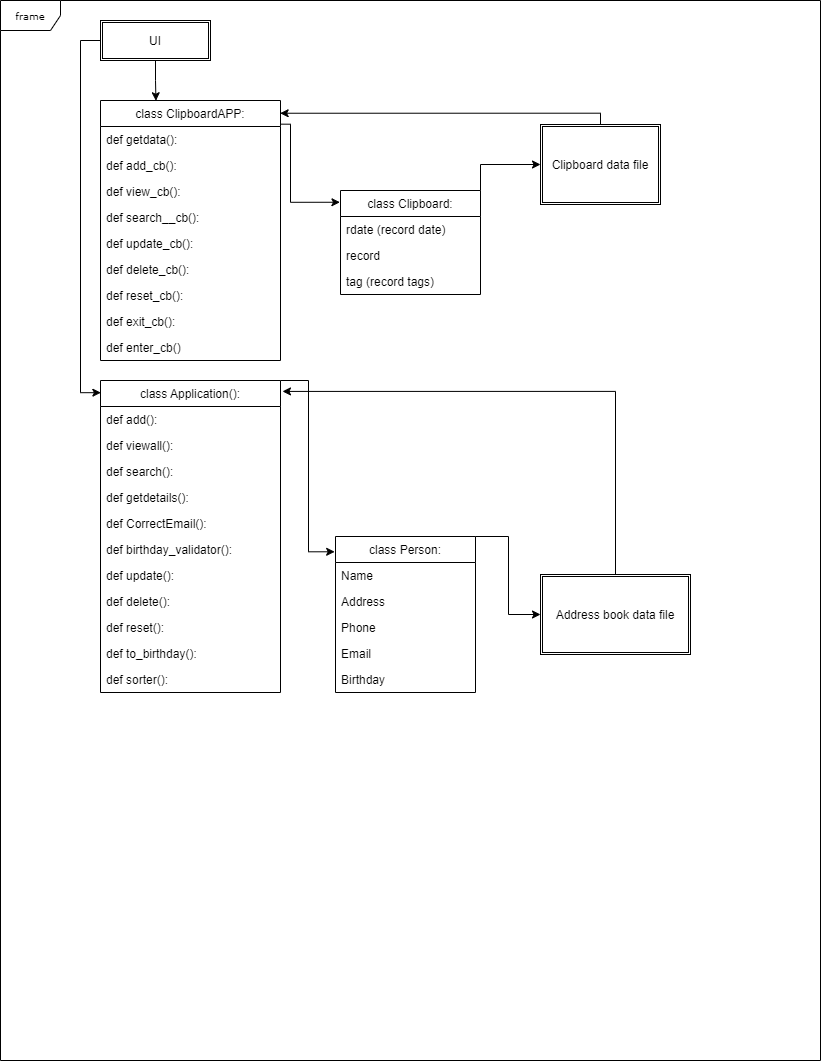
Above: Untitled Diagram.png in ValkoYurii/PythonWeb-GoIT (draw.io), before the change. Source tidied: cells renumbered, new cells last; positions are measured from the earlier drawing's top-left corner, leaving out a move shared by most shapes. Source of this version:
```xml
<mxGraphModel>
  <root>
    <mxCell id="0" />
    <mxCell id="1" parent="0" />
    <mxCell id="2" value="frame" style="shape=umlFrame;whiteSpace=wrap;html=1;rounded=0;shadow=0;comic=0;labelBackgroundColor=none;strokeWidth=1;fontFamily=Verdana;fontSize=10;align=center;" parent="1" vertex="1">
      <mxGeometry width="820" height="1060" as="geometry" />
    </mxCell>
    <mxCell id="3" style="edgeStyle=orthogonalEdgeStyle;rounded=0;jettySize=auto;html=1;exitX=1;exitY=0;exitDx=0;exitDy=0;" parent="1" edge="1" source="4" target="45">
      <mxGeometry relative="1" as="geometry">
        <Array as="points">
          <mxPoint x="480" y="164" />
        </Array>
      </mxGeometry>
    </mxCell>
    <mxCell id="4" value="class Clipboard:" style="swimlane;fontStyle=0;horizontal=1;startSize=26;fillColor=none;" parent="1" vertex="1">
      <mxGeometry x="340" y="190" width="140" height="104" as="geometry" />
    </mxCell>
    <mxCell id="5" value="rdate (record date)" style="text;strokeColor=none;fillColor=none;align=left;verticalAlign=top;spacingLeft=4;spacingRight=4;overflow=hidden;" parent="4" vertex="1">
      <mxGeometry y="26" width="140" height="26" as="geometry" />
    </mxCell>
    <mxCell id="6" value="record" style="text;strokeColor=none;fillColor=none;align=left;verticalAlign=top;spacingLeft=4;spacingRight=4;overflow=hidden;" parent="4" vertex="1">
      <mxGeometry y="52" width="140" height="26" as="geometry" />
    </mxCell>
    <mxCell id="7" value="tag (record tags)" style="text;strokeColor=none;fillColor=none;align=left;verticalAlign=top;spacingLeft=4;spacingRight=4;overflow=hidden;" parent="4" vertex="1">
      <mxGeometry y="78" width="140" height="26" as="geometry" />
    </mxCell>
    <mxCell id="8" style="edgeStyle=orthogonalEdgeStyle;rounded=0;jettySize=auto;html=1;exitX=1;exitY=0;exitDx=0;exitDy=0;" parent="1" edge="1" source="9" target="43">
      <mxGeometry relative="1" as="geometry">
        <Array as="points">
          <mxPoint x="508" y="536" />
          <mxPoint x="508" y="614" />
        </Array>
      </mxGeometry>
    </mxCell>
    <mxCell id="9" value="class Person:" style="swimlane;fontStyle=0;horizontal=1;startSize=26;fillColor=none;" parent="1" vertex="1">
      <mxGeometry x="335" y="536" width="140" height="156" as="geometry" />
    </mxCell>
    <mxCell id="10" value="Name" style="text;strokeColor=none;fillColor=none;align=left;verticalAlign=top;spacingLeft=4;spacingRight=4;overflow=hidden;" parent="9" vertex="1">
      <mxGeometry y="26" width="140" height="26" as="geometry" />
    </mxCell>
    <mxCell id="11" value="Address" style="text;strokeColor=none;fillColor=none;align=left;verticalAlign=top;spacingLeft=4;spacingRight=4;overflow=hidden;" parent="9" vertex="1">
      <mxGeometry y="52" width="140" height="26" as="geometry" />
    </mxCell>
    <mxCell id="12" value="Phone" style="text;strokeColor=none;fillColor=none;align=left;verticalAlign=top;spacingLeft=4;spacingRight=4;overflow=hidden;" parent="9" vertex="1">
      <mxGeometry y="78" width="140" height="26" as="geometry" />
    </mxCell>
    <mxCell id="13" value="Email" style="text;strokeColor=none;fillColor=none;align=left;verticalAlign=top;spacingLeft=4;spacingRight=4;overflow=hidden;" parent="9" vertex="1">
      <mxGeometry y="104" width="140" height="26" as="geometry" />
    </mxCell>
    <mxCell id="14" value="Birthday&#10;" style="text;strokeColor=none;fillColor=none;align=left;verticalAlign=top;spacingLeft=4;spacingRight=4;overflow=hidden;" parent="9" vertex="1">
      <mxGeometry y="130" width="140" height="26" as="geometry" />
    </mxCell>
    <mxCell id="15" style="edgeStyle=orthogonalEdgeStyle;rounded=0;jettySize=auto;html=1;exitX=1.004;exitY=0.091;exitDx=0;exitDy=0;entryX=-0.004;entryY=0.113;entryDx=0;entryDy=0;entryPerimeter=0;exitPerimeter=0;" parent="1" edge="1" source="16" target="4">
      <mxGeometry relative="1" as="geometry">
        <Array as="points">
          <mxPoint x="290" y="124" />
          <mxPoint x="290" y="202" />
        </Array>
      </mxGeometry>
    </mxCell>
    <mxCell id="16" value="class ClipboardAPP:" style="swimlane;fontStyle=0;horizontal=1;startSize=26;fillColor=none;" parent="1" vertex="1">
      <mxGeometry x="100" y="100" width="180" height="260" as="geometry" />
    </mxCell>
    <mxCell id="17" value="def getdata():" style="text;strokeColor=none;fillColor=none;align=left;verticalAlign=top;spacingLeft=4;spacingRight=4;overflow=hidden;" parent="16" vertex="1">
      <mxGeometry y="26" width="180" height="26" as="geometry" />
    </mxCell>
    <mxCell id="18" value="def add_cb():" style="text;strokeColor=none;fillColor=none;align=left;verticalAlign=top;spacingLeft=4;spacingRight=4;overflow=hidden;" parent="16" vertex="1">
      <mxGeometry y="52" width="180" height="26" as="geometry" />
    </mxCell>
    <mxCell id="19" value="def view_cb():" style="text;strokeColor=none;fillColor=none;align=left;verticalAlign=top;spacingLeft=4;spacingRight=4;overflow=hidden;" parent="16" vertex="1">
      <mxGeometry y="78" width="180" height="26" as="geometry" />
    </mxCell>
    <mxCell id="20" value="def search__cb():" style="text;strokeColor=none;fillColor=none;align=left;verticalAlign=top;spacingLeft=4;spacingRight=4;overflow=hidden;" parent="16" vertex="1">
      <mxGeometry y="104" width="180" height="26" as="geometry" />
    </mxCell>
    <mxCell id="21" value="def update_cb():" style="text;strokeColor=none;fillColor=none;align=left;verticalAlign=top;spacingLeft=4;spacingRight=4;overflow=hidden;" parent="16" vertex="1">
      <mxGeometry y="130" width="180" height="26" as="geometry" />
    </mxCell>
    <mxCell id="22" value="def delete_cb():" style="text;strokeColor=none;fillColor=none;align=left;verticalAlign=top;spacingLeft=4;spacingRight=4;overflow=hidden;" parent="16" vertex="1">
      <mxGeometry y="156" width="180" height="26" as="geometry" />
    </mxCell>
    <mxCell id="23" value="def reset_cb():" style="text;strokeColor=none;fillColor=none;align=left;verticalAlign=top;spacingLeft=4;spacingRight=4;overflow=hidden;" parent="16" vertex="1">
      <mxGeometry y="182" width="180" height="26" as="geometry" />
    </mxCell>
    <mxCell id="24" value="def exit_cb():" style="text;strokeColor=none;fillColor=none;align=left;verticalAlign=top;spacingLeft=4;spacingRight=4;overflow=hidden;" parent="16" vertex="1">
      <mxGeometry y="208" width="180" height="26" as="geometry" />
    </mxCell>
    <mxCell id="25" value="def enter_cb()" style="text;strokeColor=none;fillColor=none;align=left;verticalAlign=top;spacingLeft=4;spacingRight=4;overflow=hidden;" parent="16" vertex="1">
      <mxGeometry y="234" width="180" height="26" as="geometry" />
    </mxCell>
    <mxCell id="26" style="edgeStyle=orthogonalEdgeStyle;rounded=0;jettySize=auto;html=1;exitX=1;exitY=0;exitDx=0;exitDy=0;entryX=-0.006;entryY=0.098;entryDx=0;entryDy=0;entryPerimeter=0;" parent="1" edge="1" source="27" target="9">
      <mxGeometry relative="1" as="geometry">
        <Array as="points">
          <mxPoint x="308" y="380" />
          <mxPoint x="308" y="551" />
        </Array>
      </mxGeometry>
    </mxCell>
    <mxCell id="27" value="class Application():" style="swimlane;fontStyle=0;horizontal=1;startSize=26;fillColor=none;" parent="1" vertex="1">
      <mxGeometry x="100" y="380" width="180" height="312" as="geometry" />
    </mxCell>
    <mxCell id="28" value="def add():" style="text;strokeColor=none;fillColor=none;align=left;verticalAlign=top;spacingLeft=4;spacingRight=4;overflow=hidden;" parent="27" vertex="1">
      <mxGeometry y="26" width="180" height="26" as="geometry" />
    </mxCell>
    <mxCell id="29" value="def viewall():" style="text;strokeColor=none;fillColor=none;align=left;verticalAlign=top;spacingLeft=4;spacingRight=4;overflow=hidden;" parent="27" vertex="1">
      <mxGeometry y="52" width="180" height="26" as="geometry" />
    </mxCell>
    <mxCell id="30" value="def search():" style="text;strokeColor=none;fillColor=none;align=left;verticalAlign=top;spacingLeft=4;spacingRight=4;overflow=hidden;" parent="27" vertex="1">
      <mxGeometry y="78" width="180" height="26" as="geometry" />
    </mxCell>
    <mxCell id="31" value="def getdetails():" style="text;strokeColor=none;fillColor=none;align=left;verticalAlign=top;spacingLeft=4;spacingRight=4;overflow=hidden;" parent="27" vertex="1">
      <mxGeometry y="104" width="180" height="26" as="geometry" />
    </mxCell>
    <mxCell id="32" value="def CorrectEmail():" style="text;strokeColor=none;fillColor=none;align=left;verticalAlign=top;spacingLeft=4;spacingRight=4;overflow=hidden;" parent="27" vertex="1">
      <mxGeometry y="130" width="180" height="26" as="geometry" />
    </mxCell>
    <mxCell id="33" value="def birthday_validator():" style="text;strokeColor=none;fillColor=none;align=left;verticalAlign=top;spacingLeft=4;spacingRight=4;overflow=hidden;" parent="27" vertex="1">
      <mxGeometry y="156" width="180" height="26" as="geometry" />
    </mxCell>
    <mxCell id="34" value="def update():" style="text;strokeColor=none;fillColor=none;align=left;verticalAlign=top;spacingLeft=4;spacingRight=4;overflow=hidden;" parent="27" vertex="1">
      <mxGeometry y="182" width="180" height="26" as="geometry" />
    </mxCell>
    <mxCell id="35" value="def delete():" style="text;strokeColor=none;fillColor=none;align=left;verticalAlign=top;spacingLeft=4;spacingRight=4;overflow=hidden;" parent="27" vertex="1">
      <mxGeometry y="208" width="180" height="26" as="geometry" />
    </mxCell>
    <mxCell id="36" value="def reset():" style="text;strokeColor=none;fillColor=none;align=left;verticalAlign=top;spacingLeft=4;spacingRight=4;overflow=hidden;" parent="27" vertex="1">
      <mxGeometry y="234" width="180" height="26" as="geometry" />
    </mxCell>
    <mxCell id="37" value="def to_birthday():" style="text;strokeColor=none;fillColor=none;align=left;verticalAlign=top;spacingLeft=4;spacingRight=4;overflow=hidden;" parent="27" vertex="1">
      <mxGeometry y="260" width="180" height="26" as="geometry" />
    </mxCell>
    <mxCell id="38" value="def sorter():" style="text;strokeColor=none;fillColor=none;align=left;verticalAlign=top;spacingLeft=4;spacingRight=4;overflow=hidden;" parent="27" vertex="1">
      <mxGeometry y="286" width="180" height="26" as="geometry" />
    </mxCell>
    <mxCell id="39" style="edgeStyle=orthogonalEdgeStyle;rounded=0;jettySize=auto;html=1;exitX=0.5;exitY=1;exitDx=0;exitDy=0;entryX=0.308;entryY=0.001;entryDx=0;entryDy=0;entryPerimeter=0;" parent="1" edge="1" source="41" target="16">
      <mxGeometry relative="1" as="geometry" />
    </mxCell>
    <mxCell id="40" style="edgeStyle=orthogonalEdgeStyle;rounded=0;jettySize=auto;html=1;exitX=0;exitY=0.5;exitDx=0;exitDy=0;entryX=0.002;entryY=0.039;entryDx=0;entryDy=0;entryPerimeter=0;" parent="1" edge="1" source="41" target="27">
      <mxGeometry relative="1" as="geometry" />
    </mxCell>
    <mxCell id="41" value="UI" style="shape=ext;double=1;rounded=0;whiteSpace=wrap;html=1;" parent="1" vertex="1">
      <mxGeometry x="100" y="20" width="110" height="40" as="geometry" />
    </mxCell>
    <mxCell id="42" style="edgeStyle=orthogonalEdgeStyle;rounded=0;jettySize=auto;html=1;entryX=1.011;entryY=0.035;entryDx=0;entryDy=0;entryPerimeter=0;exitX=0.5;exitY=0;exitDx=0;exitDy=0;" parent="1" edge="1" source="43" target="27">
      <mxGeometry relative="1" as="geometry">
        <Array as="points">
          <mxPoint x="615" y="391" />
        </Array>
      </mxGeometry>
    </mxCell>
    <mxCell id="43" value="Address book data file" style="shape=ext;double=1;rounded=0;whiteSpace=wrap;html=1;" parent="1" vertex="1">
      <mxGeometry x="540" y="574" width="150" height="80" as="geometry" />
    </mxCell>
    <mxCell id="44" style="edgeStyle=orthogonalEdgeStyle;rounded=0;jettySize=auto;html=1;exitX=0.5;exitY=0;exitDx=0;exitDy=0;entryX=0.998;entryY=0.049;entryDx=0;entryDy=0;entryPerimeter=0;" parent="1" edge="1" source="45" target="16">
      <mxGeometry relative="1" as="geometry">
        <Array as="points">
          <mxPoint x="600" y="113" />
        </Array>
      </mxGeometry>
    </mxCell>
    <mxCell id="45" value="Clipboard data file" style="shape=ext;double=1;rounded=0;whiteSpace=wrap;html=1;" parent="1" vertex="1">
      <mxGeometry x="540" y="124" width="120" height="80" as="geometry" />
    </mxCell>
  </root>
</mxGraphModel>
```
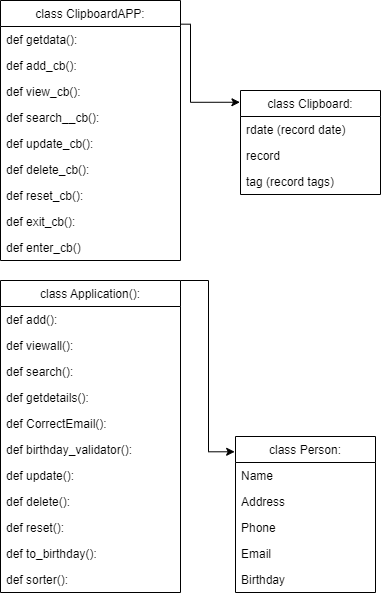
The same diagram one commit later.

The edit, as a diff of the source:
```diff
@@ -2,16 +2,6 @@
   <root>
     <mxCell id="0" />
     <mxCell id="1" parent="0" />
-    <mxCell id="2" value="frame" style="shape=umlFrame;whiteSpace=wrap;html=1;rounded=0;shadow=0;comic=0;labelBackgroundColor=none;strokeWidth=1;fontFamily=Verdana;fontSize=10;align=center;" parent="1" vertex="1">
-      <mxGeometry width="820" height="1060" as="geometry" />
-    </mxCell>
-    <mxCell id="3" style="edgeStyle=orthogonalEdgeStyle;rounded=0;jettySize=auto;html=1;exitX=1;exitY=0;exitDx=0;exitDy=0;" parent="1" edge="1" source="4" target="45">
-      <mxGeometry relative="1" as="geometry">
-        <Array as="points">
-          <mxPoint x="480" y="164" />
-        </Array>
-      </mxGeometry>
-    </mxCell>
     <mxCell id="4" value="class Clipboard:" style="swimlane;fontStyle=0;horizontal=1;startSize=26;fillColor=none;" parent="1" vertex="1">
       <mxGeometry x="340" y="190" width="140" height="104" as="geometry" />
     </mxCell>
@@ -24,14 +14,6 @@
     <mxCell id="7" value="tag (record tags)" style="text;strokeColor=none;fillColor=none;align=left;verticalAlign=top;spacingLeft=4;spacingRight=4;overflow=hidden;" parent="4" vertex="1">
       <mxGeometry y="78" width="140" height="26" as="geometry" />
     </mxCell>
-    <mxCell id="8" style="edgeStyle=orthogonalEdgeStyle;rounded=0;jettySize=auto;html=1;exitX=1;exitY=0;exitDx=0;exitDy=0;" parent="1" edge="1" source="9" target="43">
-      <mxGeometry relative="1" as="geometry">
-        <Array as="points">
-          <mxPoint x="508" y="536" />
-          <mxPoint x="508" y="614" />
-        </Array>
-      </mxGeometry>
-    </mxCell>
     <mxCell id="9" value="class Person:" style="swimlane;fontStyle=0;horizontal=1;startSize=26;fillColor=none;" parent="1" vertex="1">
       <mxGeometry x="335" y="536" width="140" height="156" as="geometry" />
     </mxCell>
@@ -132,34 +114,5 @@
     <mxCell id="38" value="def sorter():" style="text;strokeColor=none;fillColor=none;align=left;verticalAlign=top;spacingLeft=4;spacingRight=4;overflow=hidden;" parent="27" vertex="1">
       <mxGeometry y="286" width="180" height="26" as="geometry" />
     </mxCell>
-    <mxCell id="39" style="edgeStyle=orthogonalEdgeStyle;rounded=0;jettySize=auto;html=1;exitX=0.5;exitY=1;exitDx=0;exitDy=0;entryX=0.308;entryY=0.001;entryDx=0;entryDy=0;entryPerimeter=0;" parent="1" edge="1" source="41" target="16">
-      <mxGeometry relative="1" as="geometry" />
-    </mxCell>
-    <mxCell id="40" style="edgeStyle=orthogonalEdgeStyle;rounded=0;jettySize=auto;html=1;exitX=0;exitY=0.5;exitDx=0;exitDy=0;entryX=0.002;entryY=0.039;entryDx=0;entryDy=0;entryPerimeter=0;" parent="1" edge="1" source="41" target="27">
-      <mxGeometry relative="1" as="geometry" />
-    </mxCell>
-    <mxCell id="41" value="UI" style="shape=ext;double=1;rounded=0;whiteSpace=wrap;html=1;" parent="1" vertex="1">
-      <mxGeometry x="100" y="20" width="110" height="40" as="geometry" />
-    </mxCell>
-    <mxCell id="42" style="edgeStyle=orthogonalEdgeStyle;rounded=0;jettySize=auto;html=1;entryX=1.011;entryY=0.035;entryDx=0;entryDy=0;entryPerimeter=0;exitX=0.5;exitY=0;exitDx=0;exitDy=0;" parent="1" edge="1" source="43" target="27">
-      <mxGeometry relative="1" as="geometry">
-        <Array as="points">
-          <mxPoint x="615" y="391" />
-        </Array>
-      </mxGeometry>
-    </mxCell>
-    <mxCell id="43" value="Address book data file" style="shape=ext;double=1;rounded=0;whiteSpace=wrap;html=1;" parent="1" vertex="1">
-      <mxGeometry x="540" y="574" width="150" height="80" as="geometry" />
-    </mxCell>
-    <mxCell id="44" style="edgeStyle=orthogonalEdgeStyle;rounded=0;jettySize=auto;html=1;exitX=0.5;exitY=0;exitDx=0;exitDy=0;entryX=0.998;entryY=0.049;entryDx=0;entryDy=0;entryPerimeter=0;" parent="1" edge="1" source="45" target="16">
-      <mxGeometry relative="1" as="geometry">
-        <Array as="points">
-          <mxPoint x="600" y="113" />
-        </Array>
-      </mxGeometry>
-    </mxCell>
-    <mxCell id="45" value="Clipboard data file" style="shape=ext;double=1;rounded=0;whiteSpace=wrap;html=1;" parent="1" vertex="1">
-      <mxGeometry x="540" y="124" width="120" height="80" as="geometry" />
-    </mxCell>
   </root>
 </mxGraphModel>
```
